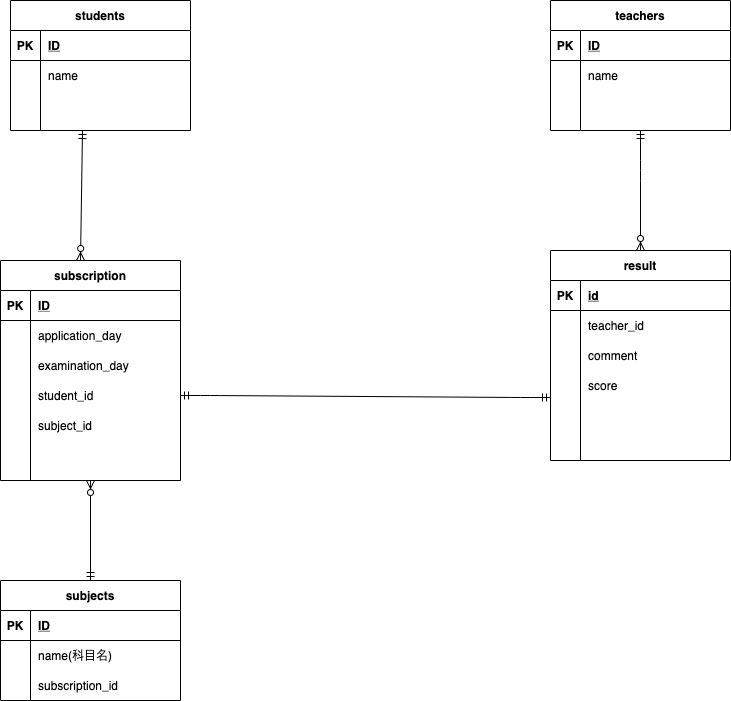
mkiim/ERD keeps this draw.io diagram as index.drawio.png. Above is the earlier version. Source tidied: cells renumbered, new cells last; positions are measured from the earlier drawing's top-left corner, leaving out a move shared by most shapes.
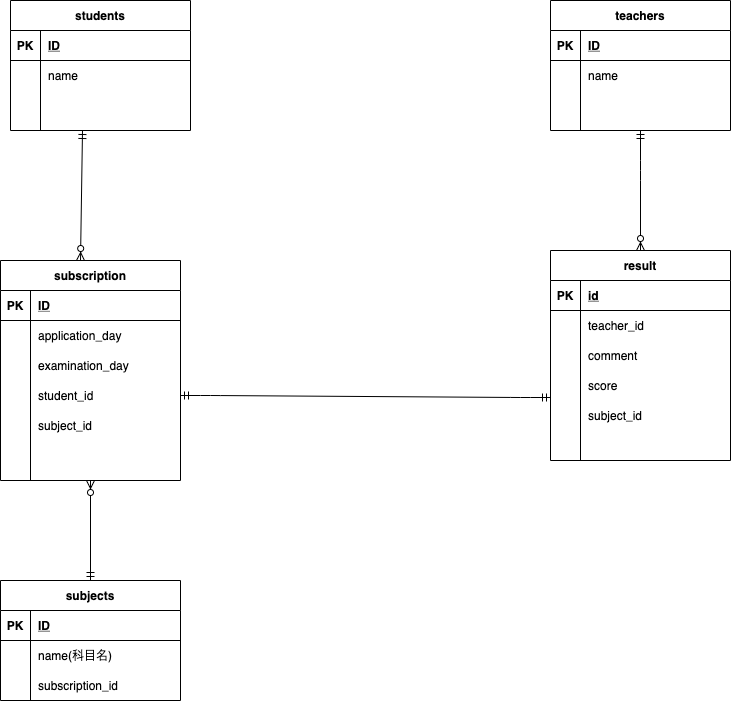
Above is the later version.

What changed in the source:
```diff
@@ -107,7 +107,7 @@
     <mxCell id="36" style="shape=partialRectangle;fillColor=none;top=0;left=0;bottom=0;right=0;overflow=hidden;" parent="35" vertex="1">
       <mxGeometry width="30" height="30" as="geometry" />
     </mxCell>
-    <mxCell id="37" style="shape=partialRectangle;fillColor=none;top=0;left=0;bottom=0;right=0;align=left;spacingLeft=6;overflow=hidden;" parent="35" vertex="1">
+    <mxCell id="37" value="subject_id" style="shape=partialRectangle;fillColor=none;top=0;left=0;bottom=0;right=0;align=left;spacingLeft=6;overflow=hidden;" parent="35" vertex="1">
       <mxGeometry x="30" width="150" height="30" as="geometry" />
     </mxCell>
     <mxCell id="38" value="subjects" style="shape=table;startSize=30;rowLines=0;fontStyle=1;align=center;" parent="1" vertex="1">
```
